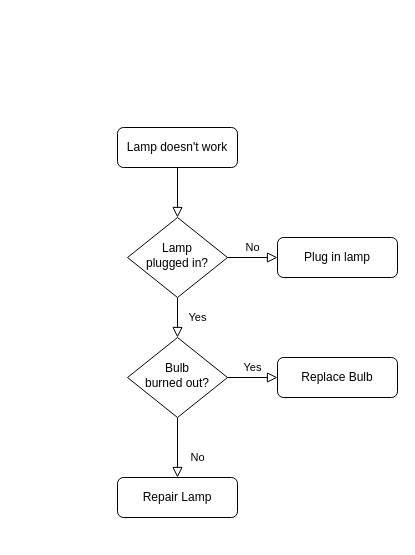
Earlier version of the draw.io diagram Untitled Diagram.drawio (RasmusKB/Flowcharts). Source tidied: cells renumbered, new cells numbered last; positions are measured from the earlier drawing's top-left corner, leaving out a move shared by most shapes. Both pictures are drawn from the tidied source at 100%, with x=0, y=0 at pixel (117, 127).
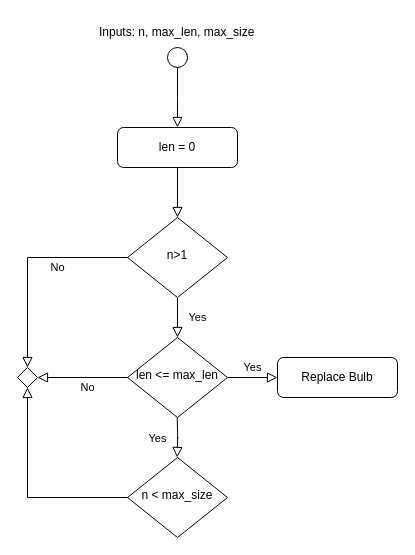
Above is the later version.

What changed in the source:
```diff
@@
-    <mxCell id="3" value="Lamp doesn't work" style="rounded=1;whiteSpace=wrap;html=1;fontSize=12;glass=0;strokeWidth=1;shadow=0;" parent="1" vertex="1">
+    <mxCell id="3" value="len = 0" style="rounded=1;whiteSpace=wrap;html=1;fontSize=12;glass=0;strokeWidth=1;shadow=0;" parent="1" vertex="1">
       <mxGeometry width="120" height="40" as="geometry" />
     </mxCell>
@@
-    <mxCell id="5" value="No" style="edgeStyle=orthogonalEdgeStyle;rounded=0;html=1;jettySize=auto;fontSize=11;endArrow=block;endFill=0;endSize=8;strokeWidth=1;shadow=0;labelBackgroundColor=none;" parent="1" edge="1" source="6" target="7">
-      <mxGeometry y="10" relative="1" as="geometry" />
+    <mxCell id="5" value="No" style="edgeStyle=orthogonalEdgeStyle;rounded=0;html=1;jettySize=auto;fontSize=11;endArrow=block;endFill=0;endSize=8;strokeWidth=1;shadow=0;labelBackgroundColor=none;entryX=0.5;entryY=0;entryDx=0;entryDy=0;" parent="1" edge="1" source="6" target="16">
+      <mxGeometry x="-0.33" y="10" relative="1" as="geometry" />
     </mxCell>
-    <mxCell id="6" value="Lamp&lt;br&gt;plugged in?" style="rhombus;whiteSpace=wrap;html=1;shadow=0;fontFamily=Helvetica;fontSize=12;align=center;strokeWidth=1;spacing=6;spacingTop=-4;" parent="1" vertex="1">
+    <mxCell id="6" value="n&amp;gt;1" style="rhombus;whiteSpace=wrap;html=1;shadow=0;fontFamily=Helvetica;fontSize=12;align=center;strokeWidth=1;spacing=6;spacingTop=-4;" parent="1" vertex="1">
       <mxGeometry x="10" y="90" width="100" height="80" as="geometry" />
     </mxCell>
-    <mxCell id="7" value="Plug in lamp" style="rounded=1;whiteSpace=wrap;html=1;fontSize=12;glass=0;strokeWidth=1;shadow=0;" parent="1" vertex="1">
-      <mxGeometry x="160" y="110" width="120" height="40" as="geometry" />
-    </mxCell>
-    <mxCell id="8" value="No" style="rounded=0;html=1;jettySize=auto;fontSize=11;endArrow=block;endFill=0;endSize=8;strokeWidth=1;shadow=0;labelBackgroundColor=none;edgeStyle=orthogonalEdgeStyle;" parent="1" edge="1" source="10" target="11">
-      <mxGeometry x="0.33" y="20" relative="1" as="geometry" />
+    <mxCell id="8" value="No" style="rounded=0;html=1;jettySize=auto;fontSize=11;endArrow=block;endFill=0;endSize=8;strokeWidth=1;shadow=0;labelBackgroundColor=none;edgeStyle=orthogonalEdgeStyle;entryX=1;entryY=0.5;entryDx=0;entryDy=0;" parent="1" edge="1" source="10" target="16">
+      <mxGeometry x="-0.11" y="10" relative="1" as="geometry" />
     </mxCell>
@@
-    <mxCell id="10" value="Bulb&lt;br&gt;burned out?" style="rhombus;whiteSpace=wrap;html=1;shadow=0;fontFamily=Helvetica;fontSize=12;align=center;strokeWidth=1;spacing=6;spacingTop=-4;" parent="1" vertex="1">
+    <mxCell id="10" value="len &amp;lt;= max_len" style="rhombus;whiteSpace=wrap;html=1;shadow=0;fontFamily=Helvetica;fontSize=12;align=center;strokeWidth=1;spacing=6;spacingTop=-4;" parent="1" vertex="1">
       <mxGeometry x="10" y="210" width="100" height="80" as="geometry" />
     </mxCell>
-    <mxCell id="11" value="Repair Lamp" style="rounded=1;whiteSpace=wrap;html=1;fontSize=12;glass=0;strokeWidth=1;shadow=0;" parent="1" vertex="1">
-      <mxGeometry y="350" width="120" height="40" as="geometry" />
-    </mxCell>
@@
+    <mxCell id="13" style="rounded=0;html=1;jettySize=auto;fontSize=11;endArrow=block;endFill=0;endSize=8;strokeWidth=1;shadow=0;labelBackgroundColor=none;edgeStyle=orthogonalEdgeStyle;entryX=0.5;entryY=0;entryDx=0;entryDy=0;" parent="1" edge="1" target="3">
+      <mxGeometry relative="1" as="geometry">
+        <mxPoint x="60" y="-60" as="sourcePoint" />
+        <Array as="points">
+          <mxPoint x="60" y="-30" />
+          <mxPoint x="60" y="-30" />
+        </Array>
+      </mxGeometry>
+    </mxCell>
+    <mxCell id="14" style="ellipse;whiteSpace=wrap;html=1;" parent="1" vertex="1">
+      <mxGeometry x="50" y="-80" width="20" height="20" as="geometry" />
+    </mxCell>
+    <mxCell id="15" value="Inputs: n, max_len, max_size" style="text;strokeColor=none;fillColor=none;html=1;whiteSpace=wrap;verticalAlign=middle;overflow=hidden;" parent="1" vertex="1">
+      <mxGeometry x="-20" y="-110" width="160" height="30" as="geometry" />
+    </mxCell>
+    <mxCell id="16" style="rhombus;whiteSpace=wrap;html=1;" parent="1" vertex="1">
+      <mxGeometry x="-100" y="240" width="20" height="20" as="geometry" />
+    </mxCell>
+    <mxCell id="17" style="edgeStyle=orthogonalEdgeStyle;rounded=0;jettySize=auto;html=1;entryX=0.5;entryY=1;entryDx=0;entryDy=0;endArrow=block;endFill=0;endSize=8;" parent="1" edge="1" source="18" target="16">
+      <mxGeometry relative="1" as="geometry">
+        <Array as="points">
+          <mxPoint x="-90" y="370" />
+        </Array>
+      </mxGeometry>
+    </mxCell>
+    <mxCell id="18" value="n &amp;lt; max_size" style="rhombus;whiteSpace=wrap;html=1;shadow=0;fontFamily=Helvetica;fontSize=12;align=center;strokeWidth=1;spacing=6;spacingTop=-4;" parent="1" vertex="1">
+      <mxGeometry x="10" y="330" width="100" height="80" as="geometry" />
+    </mxCell>
+    <mxCell id="19" value="Yes" style="rounded=0;html=1;jettySize=auto;orthogonalLoop=1;fontSize=11;endArrow=block;endFill=0;endSize=8;strokeWidth=1;shadow=0;labelBackgroundColor=none;edgeStyle=orthogonalEdgeStyle;" parent="1" edge="1">
+      <mxGeometry y="20" relative="1" as="geometry">
+        <mxPoint x="59.7" y="290" as="sourcePoint" />
+        <mxPoint x="59.7" y="330" as="targetPoint" />
+      </mxGeometry>
+    </mxCell>
```
